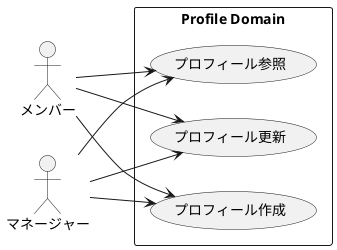
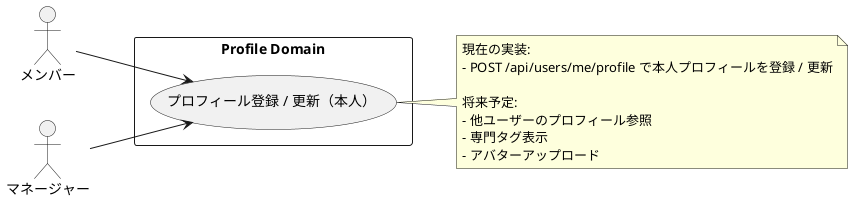
@startuml
left to right direction

actor "メンバー" as Member
actor "マネージャー" as Manager

rectangle "Profile Domain" {

-   usecase "プロフィール作成"
-   usecase "プロフィール参照"
-   usecase "プロフィール更新"
+   usecase "プロフィール登録 / 更新（本人）" as SelfUpsert

}

- Member --> "プロフィール作成"
- Member --> "プロフィール参照"
- Member --> "プロフィール更新"
+ Member --> SelfUpsert
+ Manager --> SelfUpsert

- Manager --> "プロフィール作成"
- Manager --> "プロフィール参照"
- Manager --> "プロフィール更新"
+ note right of SelfUpsert
+ 現在の実装:
+ - POST /api/users/me/profile で本人プロフィールを登録 / 更新
+ 
+ 将来予定:
+ - 他ユーザーのプロフィール参照
+ - 専門タグ表示
+ - アバターアップロード
+ end note

@enduml